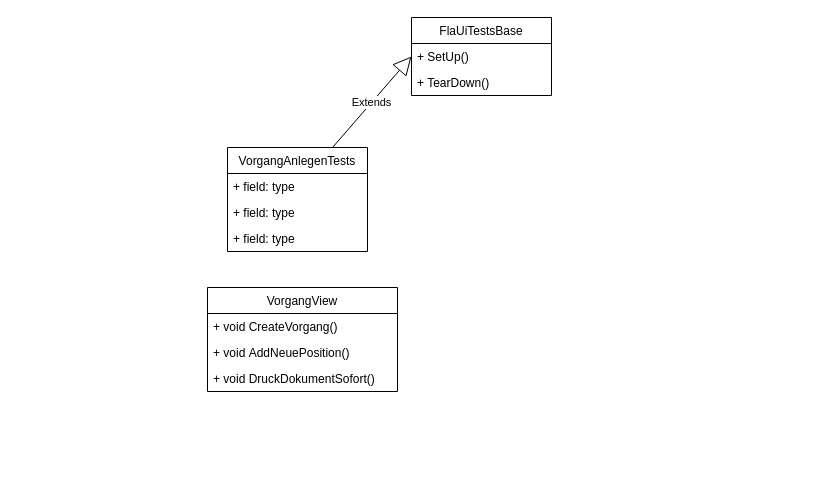
The draw.io diagram testclass diagram.drawio in tuannguyenvn/DrawIO, before the edit. Source tidied: cells renumbered, new cells numbered last; positions are measured from the earlier drawing's top-left corner, leaving out a move shared by most shapes. Both pictures are drawn from the tidied source at 100%, with x=0, y=0 at pixel (207, 17).
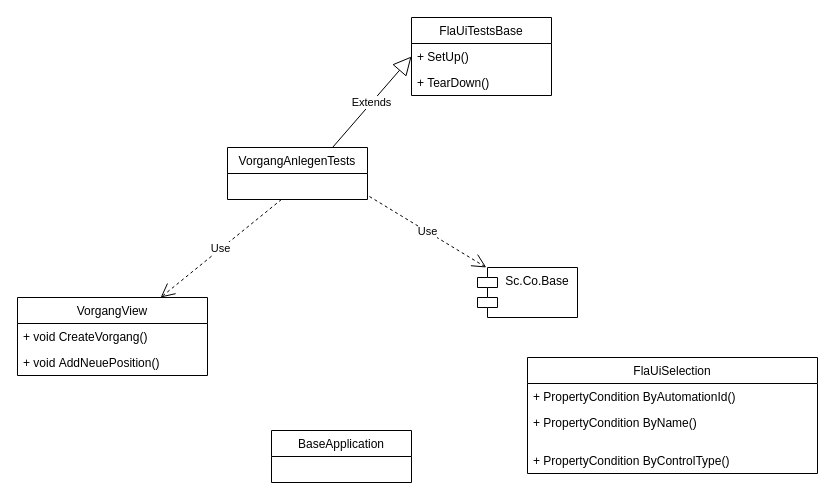
The same page after the edit.

What changed in the source:
```diff
@@
 <mxGraphModel>
   <root>
     <mxCell id="0" />
     <mxCell id="1" parent="0" />
     <mxCell id="2" value="VorgangAnlegenTests" style="swimlane;fontStyle=0;horizontal=1;startSize=26;fillColor=none;" parent="1" vertex="1">
-      <mxGeometry x="20" y="130" width="140" height="104" as="geometry" />
+      <mxGeometry x="20" y="130" width="140" height="52" as="geometry" />
     </mxCell>
-    <mxCell id="3" value="+ field: type" style="text;strokeColor=none;fillColor=none;align=left;verticalAlign=top;spacingLeft=4;spacingRight=4;overflow=hidden;" parent="2" vertex="1">
-      <mxGeometry y="26" width="140" height="26" as="geometry" />
-    </mxCell>
-    <mxCell id="4" value="+ field: type" style="text;strokeColor=none;fillColor=none;align=left;verticalAlign=top;spacingLeft=4;spacingRight=4;overflow=hidden;" parent="2" vertex="1">
-      <mxGeometry y="52" width="140" height="26" as="geometry" />
-    </mxCell>
-    <mxCell id="5" value="+ field: type" style="text;strokeColor=none;fillColor=none;align=left;verticalAlign=top;spacingLeft=4;spacingRight=4;overflow=hidden;points=[[0,0.5],[1,0.5]];portConstraint=eastwest;" parent="2" vertex="1">
-      <mxGeometry y="78" width="140" height="26" as="geometry" />
+    <mxCell id="5" value="  " style="text;strokeColor=none;fillColor=none;align=left;verticalAlign=top;spacingLeft=4;spacingRight=4;overflow=hidden;points=[[0,0.5],[1,0.5]];portConstraint=eastwest;" parent="2" vertex="1">
+      <mxGeometry y="26" width="140" height="26" as="geometry" />
     </mxCell>
     <mxCell id="6" value="FlaUiTestsBase" style="swimlane;fontStyle=0;horizontal=1;startSize=26;fillColor=none;" parent="1" vertex="1">
       <mxGeometry x="204" width="140" height="78" as="geometry" />
     </mxCell>
     <mxCell id="7" value="+ SetUp()" style="text;strokeColor=none;fillColor=none;align=left;verticalAlign=top;spacingLeft=4;spacingRight=4;overflow=hidden;points=[[0,0.5],[1,0.5]];portConstraint=eastwest;" parent="6" vertex="1">
       <mxGeometry y="26" width="140" height="26" as="geometry" />
     </mxCell>
     <mxCell id="8" value="+ TearDown()" style="text;strokeColor=none;fillColor=none;align=left;verticalAlign=top;spacingLeft=4;spacingRight=4;overflow=hidden;" parent="6" vertex="1">
       <mxGeometry y="52" width="140" height="26" as="geometry" />
     </mxCell>
     <mxCell id="9" value="Extends" style="endArrow=block;endSize=16;endFill=0;html=1;rounded=0;entryX=0;entryY=0.5;entryDx=0;entryDy=0;exitX=0.75;exitY=0;exitDx=0;exitDy=0;" parent="1" edge="1" source="2" target="7">
       <mxGeometry relative="1" as="geometry" />
     </mxCell>
     <mxCell id="10" value="VorgangView" style="swimlane;fontStyle=0;horizontal=1;startSize=26;fillColor=none;" parent="1" vertex="1">
-      <mxGeometry y="270" width="190" height="104" as="geometry" />
+      <mxGeometry x="-190" y="280" width="190" height="78" as="geometry" />
     </mxCell>
     <mxCell id="11" value="+ void CreateVorgang()" style="text;strokeColor=none;fillColor=none;align=left;verticalAlign=top;spacingLeft=4;spacingRight=4;overflow=hidden;" parent="10" vertex="1">
       <mxGeometry y="26" width="190" height="26" as="geometry" />
     </mxCell>
     <mxCell id="12" value="+ void AddNeuePosition()" style="text;strokeColor=none;fillColor=none;align=left;verticalAlign=top;spacingLeft=4;spacingRight=4;overflow=hidden;" parent="10" vertex="1">
       <mxGeometry y="52" width="190" height="26" as="geometry" />
     </mxCell>
+    <mxCell id="14" value="Use" style="endArrow=open;endSize=12;dashed=1;html=1;rounded=0;" parent="1" edge="1" source="5" target="10">
+      <mxGeometry relative="1" as="geometry" />
+    </mxCell>
+    <mxCell id="15" value="Sc.Co.Base" style="shape=module;align=left;spacingLeft=20;align=center;verticalAlign=top;" parent="1" vertex="1">
+      <mxGeometry x="270" y="250" width="100" height="50" as="geometry" />
+    </mxCell>
+    <mxCell id="16" value="Use" style="endArrow=open;endSize=12;dashed=1;html=1;rounded=0;exitX=1.014;exitY=0.885;exitDx=0;exitDy=0;exitPerimeter=0;" parent="1" edge="1" source="5" target="15">
+      <mxGeometry relative="1" as="geometry" />
+    </mxCell>
+    <mxCell id="17" value="BaseApplication" style="swimlane;fontStyle=0;horizontal=1;startSize=26;fillColor=none;" parent="1" vertex="1">
+      <mxGeometry x="64" y="413" width="140" height="52" as="geometry" />
+    </mxCell>
+    <mxCell id="18" value="  " style="text;strokeColor=none;fillColor=none;align=left;verticalAlign=top;spacingLeft=4;spacingRight=4;overflow=hidden;" parent="17" vertex="1">
+      <mxGeometry y="26" width="140" height="26" as="geometry" />
+    </mxCell>
+    <mxCell id="19" value="FlaUiSelection" style="swimlane;fontStyle=0;horizontal=1;startSize=26;fillColor=none;" parent="1" vertex="1">
+      <mxGeometry x="320" y="340" width="290" height="116" as="geometry" />
+    </mxCell>
+    <mxCell id="20" value="+ PropertyCondition ByAutomationId()&#10;" style="text;strokeColor=none;fillColor=none;align=left;verticalAlign=top;spacingLeft=4;spacingRight=4;overflow=hidden;" parent="19" vertex="1">
+      <mxGeometry y="26" width="290" height="26" as="geometry" />
+    </mxCell>
+    <mxCell id="21" value="+ PropertyCondition ByName()" style="text;strokeColor=none;fillColor=none;align=left;verticalAlign=top;spacingLeft=4;spacingRight=4;overflow=hidden;" parent="19" vertex="1">
+      <mxGeometry y="52" width="290" height="38" as="geometry" />
+    </mxCell>
-    <mxCell id="13" value="+ void DruckDokumentSofort()" style="text;strokeColor=none;fillColor=none;align=left;verticalAlign=top;spacingLeft=4;spacingRight=4;overflow=hidden;" parent="10" vertex="1">
-      <mxGeometry y="78" width="190" height="26" as="geometry" />
+    <mxCell id="13" value="+ PropertyCondition ByControlType()" style="text;strokeColor=none;fillColor=none;align=left;verticalAlign=top;spacingLeft=4;spacingRight=4;overflow=hidden;" parent="19" vertex="1">
+      <mxGeometry y="90" width="290" height="26" as="geometry" />
     </mxCell>
   </root>
 </mxGraphModel>
```
